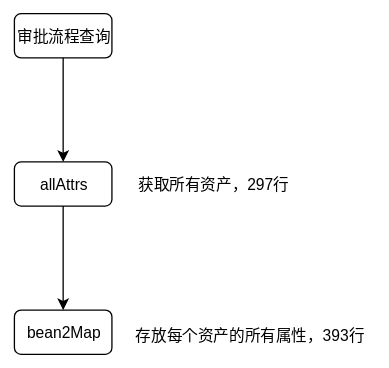
Above: 批次.svg in ydh1cnn6/Obsidian (draw.io), before the change. Source tidied: cells renumbered, new cells last; positions are measured from the earlier drawing's top-left corner, leaving out a move shared by most shapes.
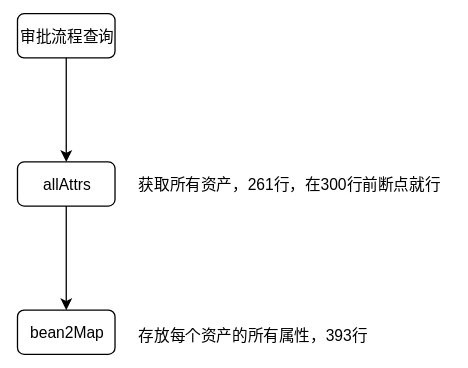
Above is the later version.

Commit message:
vault backup: 2023-12-21 15:04:29

Diff of the diagram source:
```diff
@@ -20,8 +20,8 @@
     <mxCell id="7" value="存放每个资产的所有属性，393行" style="text;html=1;align=center;verticalAlign=middle;strokeColor=none;fillColor=none;" parent="1" vertex="1">
       <mxGeometry x="83" y="234" width="194" height="26" as="geometry" />
     </mxCell>
-    <mxCell id="8" value="获取所有资产，297行" style="text;html=1;align=center;verticalAlign=middle;strokeColor=none;fillColor=none;" parent="1" vertex="1">
-      <mxGeometry x="85" y="118" width="134" height="26" as="geometry" />
+    <mxCell id="8" value="获取所有资产，261行，在300行前断点就行" style="text;html=1;align=center;verticalAlign=middle;strokeColor=none;fillColor=none;" parent="1" vertex="1">
+      <mxGeometry x="83" y="118" width="250" height="26" as="geometry" />
     </mxCell>
   </root>
 </mxGraphModel>
```
